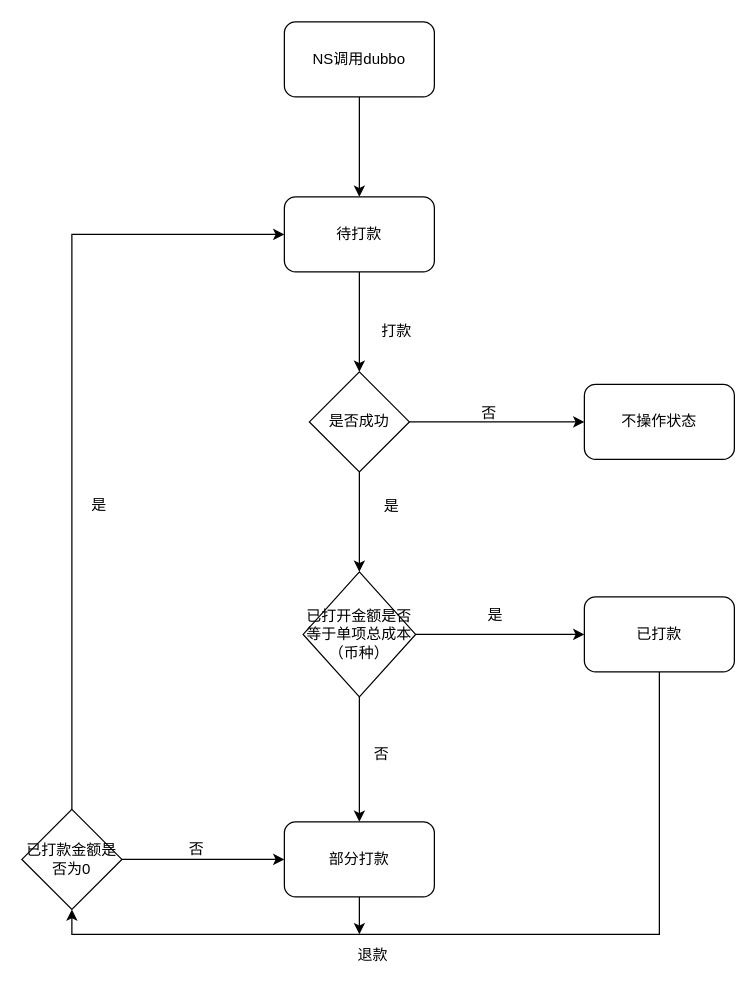
The draw.io diagram CBX.drawio in zhangtejun/file, before the edit. Source tidied: cells renumbered, new cells numbered last; positions are measured from the earlier drawing's top-left corner, leaving out a move shared by most shapes. Both pictures are drawn from the tidied source at 125%, with x=0, y=0 at pixel (21, 21).
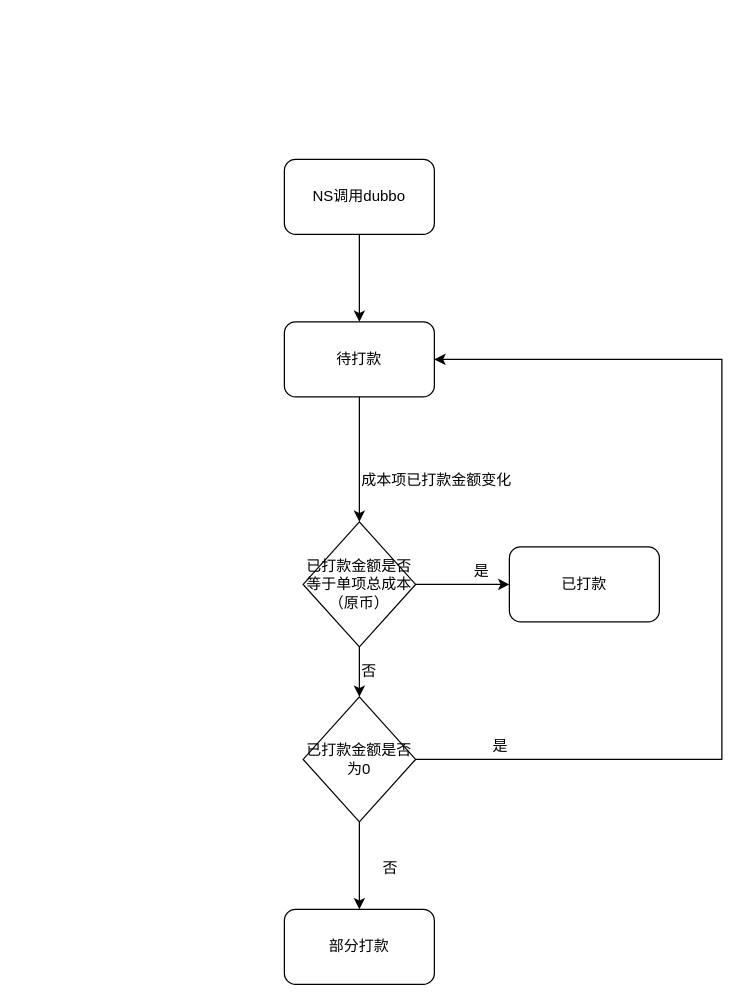
After the change.

What changed in the source:
```diff
@@
     <mxCell id="3" value="NS调用dubbo" style="rounded=1;whiteSpace=wrap;html=1;" parent="1" vertex="1">
-      <mxGeometry x="210" width="120" height="60" as="geometry" />
+      <mxGeometry x="210" y="110" width="120" height="60" as="geometry" />
     </mxCell>
-    <mxCell id="4" style="edgeStyle=orthogonalEdgeStyle;rounded=0;jettySize=auto;html=1;" parent="1" edge="1" source="5">
-      <mxGeometry relative="1" as="geometry">
-        <mxPoint x="270" y="280" as="targetPoint" />
-      </mxGeometry>
+    <mxCell id="4" style="edgeStyle=orthogonalEdgeStyle;rounded=0;jettySize=auto;html=1;" parent="1" edge="1" source="5" target="12">
+      <mxGeometry relative="1" as="geometry" />
     </mxCell>
     <mxCell id="5" value="待打款" style="rounded=1;whiteSpace=wrap;html=1;" parent="1" vertex="1">
-      <mxGeometry x="210" y="140" width="120" height="60" as="geometry" />
+      <mxGeometry x="210" y="240" width="120" height="60" as="geometry" />
     </mxCell>
-    <mxCell id="6" value="打款" style="text;html=1;align=left;verticalAlign=top;spacingTop=-4;" parent="1" vertex="1">
-      <mxGeometry x="286" y="238" width="40" height="20" as="geometry" />
-    </mxCell>
-    <mxCell id="7" style="edgeStyle=orthogonalEdgeStyle;rounded=0;jettySize=auto;html=1;exitX=1;exitY=0.5;exitDx=0;exitDy=0;entryX=0;entryY=0.5;entryDx=0;entryDy=0;" parent="1" edge="1" source="9" target="13">
-      <mxGeometry relative="1" as="geometry" />
-    </mxCell>
-    <mxCell id="8" style="edgeStyle=orthogonalEdgeStyle;rounded=0;jettySize=auto;html=1;" parent="1" edge="1" source="9" target="12">
-      <mxGeometry relative="1" as="geometry" />
-    </mxCell>
-    <mxCell id="9" value="是否成功" style="rhombus;whiteSpace=wrap;html=1;" parent="1" vertex="1">
-      <mxGeometry x="230" y="280" width="80" height="80" as="geometry" />
-    </mxCell>
@@
-    <mxCell id="11" style="edgeStyle=orthogonalEdgeStyle;rounded=0;jettySize=auto;html=1;exitX=0.5;exitY=1;exitDx=0;exitDy=0;" parent="1" edge="1" source="12" target="19">
-      <mxGeometry relative="1" as="geometry" />
-    </mxCell>
+    <mxCell id="28" style="edgeStyle=orthogonalEdgeStyle;rounded=0;jettySize=auto;html=1;" parent="1" edge="1" source="12" target="24">
+      <mxGeometry relative="1" as="geometry" />
+    </mxCell>
-    <mxCell id="12" value="已打开金额是否等于单项总成本（币种）" style="rhombus;whiteSpace=wrap;html=1;" parent="1" vertex="1">
-      <mxGeometry x="225" y="440" width="90" height="100" as="geometry" />
+    <mxCell id="12" value="已打款金额是否等于单项总成本（原币）" style="rhombus;whiteSpace=wrap;html=1;" parent="1" vertex="1">
+      <mxGeometry x="225" y="400" width="90" height="100" as="geometry" />
     </mxCell>
-    <mxCell id="13" value="不操作状态&lt;br&gt;" style="rounded=1;whiteSpace=wrap;html=1;" parent="1" vertex="1">
-      <mxGeometry x="450" y="290" width="120" height="60" as="geometry" />
-    </mxCell>
-    <mxCell id="14" value="否" style="text;html=1;align=left;verticalAlign=top;spacingTop=-4;" parent="1" vertex="1">
-      <mxGeometry x="366" y="303" width="30" height="20" as="geometry" />
-    </mxCell>
-    <mxCell id="15" value="是" style="text;html=1;align=left;verticalAlign=top;spacingTop=-4;" parent="1" vertex="1">
-      <mxGeometry x="288" y="378" width="30" height="20" as="geometry" />
-    </mxCell>
-    <mxCell id="16" style="edgeStyle=orthogonalEdgeStyle;rounded=0;jettySize=auto;html=1;exitX=0.5;exitY=1;exitDx=0;exitDy=0;entryX=0.5;entryY=1;entryDx=0;entryDy=0;" parent="1" edge="1" source="17" target="24">
-      <mxGeometry relative="1" as="geometry" />
-    </mxCell>
+    <mxCell id="22" style="edgeStyle=orthogonalEdgeStyle;rounded=0;jettySize=auto;html=1;exitX=0.5;exitY=1;exitDx=0;exitDy=0;entryX=0.5;entryY=0;entryDx=0;entryDy=0;" parent="1" edge="1" source="24" target="19">
+      <mxGeometry relative="1" as="geometry" />
+    </mxCell>
+    <mxCell id="23" style="edgeStyle=orthogonalEdgeStyle;rounded=0;jettySize=auto;html=1;exitX=1;exitY=0.5;exitDx=0;exitDy=0;entryX=1;entryY=0.5;entryDx=0;entryDy=0;" parent="1" edge="1" source="24" target="5">
+      <mxGeometry relative="1" as="geometry">
+        <Array as="points">
+          <mxPoint x="560" y="590" />
+          <mxPoint x="560" y="270" />
+        </Array>
+      </mxGeometry>
+    </mxCell>
+    <mxCell id="24" value="已打款金额是否为0" style="rhombus;whiteSpace=wrap;html=1;" parent="1" vertex="1">
+      <mxGeometry x="225" y="540" width="90" height="100" as="geometry" />
+    </mxCell>
     <mxCell id="17" value="已打款&lt;br&gt;" style="rounded=1;whiteSpace=wrap;html=1;" parent="1" vertex="1">
-      <mxGeometry x="450" y="460" width="120" height="60" as="geometry" />
+      <mxGeometry x="390" y="420" width="120" height="60" as="geometry" />
     </mxCell>
-    <mxCell id="18" style="edgeStyle=orthogonalEdgeStyle;rounded=0;jettySize=auto;html=1;exitX=0.5;exitY=1;exitDx=0;exitDy=0;" parent="1" edge="1" source="19">
-      <mxGeometry relative="1" as="geometry">
-        <mxPoint x="270" y="730" as="targetPoint" />
-      </mxGeometry>
-    </mxCell>
     <mxCell id="19" value="部分打款" style="rounded=1;whiteSpace=wrap;html=1;" parent="1" vertex="1">
-      <mxGeometry x="210" y="640" width="120" height="60" as="geometry" />
+      <mxGeometry x="210" y="710" width="120" height="60" as="geometry" />
     </mxCell>
     <mxCell id="20" value="是" style="text;html=1;align=left;verticalAlign=top;spacingTop=-4;" parent="1" vertex="1">
-      <mxGeometry x="371" y="465" width="30" height="20" as="geometry" />
+      <mxGeometry x="360" y="430" width="30" height="20" as="geometry" />
     </mxCell>
     <mxCell id="21" value="否" style="text;html=1;align=left;verticalAlign=top;spacingTop=-4;" parent="1" vertex="1">
-      <mxGeometry x="280" y="576" width="30" height="20" as="geometry" />
+      <mxGeometry x="270" y="510" width="30" height="20" as="geometry" />
     </mxCell>
-    <mxCell id="22" style="edgeStyle=orthogonalEdgeStyle;rounded=0;jettySize=auto;html=1;exitX=1;exitY=0.5;exitDx=0;exitDy=0;entryX=0;entryY=0.5;entryDx=0;entryDy=0;" parent="1" edge="1" source="24" target="19">
-      <mxGeometry relative="1" as="geometry" />
-    </mxCell>
-    <mxCell id="23" style="edgeStyle=orthogonalEdgeStyle;rounded=0;jettySize=auto;html=1;exitX=0.5;exitY=0;exitDx=0;exitDy=0;entryX=0;entryY=0.5;entryDx=0;entryDy=0;" parent="1" edge="1" source="24" target="5">
-      <mxGeometry relative="1" as="geometry" />
-    </mxCell>
-    <mxCell id="24" value="已打款金额是否为0" style="rhombus;whiteSpace=wrap;html=1;" parent="1" vertex="1">
-      <mxGeometry y="630" width="80" height="80" as="geometry" />
-    </mxCell>
-    <mxCell id="25" value="否" style="text;html=1;align=left;verticalAlign=top;spacingTop=-4;" parent="1" vertex="1">
-      <mxGeometry x="132" y="652" width="30" height="20" as="geometry" />
-    </mxCell>
-    <mxCell id="26" value="是" style="text;html=1;align=left;verticalAlign=top;spacingTop=-4;" parent="1" vertex="1">
-      <mxGeometry x="54" y="377" width="30" height="20" as="geometry" />
-    </mxCell>
-    <mxCell id="27" value="退款" style="text;html=1;align=left;verticalAlign=top;spacingTop=-4;" parent="1" vertex="1">
-      <mxGeometry x="267" y="737" width="40" height="20" as="geometry" />
-    </mxCell>
+    <mxCell id="29" value="成本项已打款金额变化" style="text;html=1;align=left;verticalAlign=top;spacingTop=-4;" parent="1" vertex="1">
+      <mxGeometry x="270" y="357" width="140" height="20" as="geometry" />
+    </mxCell>
+    <mxCell id="30" value="是" style="text;html=1;align=left;verticalAlign=top;spacingTop=-4;" parent="1" vertex="1">
+      <mxGeometry x="375" y="570" width="30" height="20" as="geometry" />
+    </mxCell>
+    <mxCell id="31" value="否" style="text;html=1;align=left;verticalAlign=top;spacingTop=-4;" parent="1" vertex="1">
+      <mxGeometry x="287" y="667" width="30" height="20" as="geometry" />
+    </mxCell>
```
